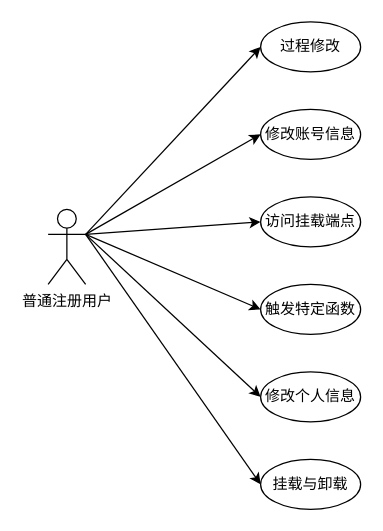
This is docs/essay/函数创建者用户用例图.drawio from phil616/rpic, a draw.io file, before an edit. Source tidied: cells renumbered, new cells numbered last; positions are measured from the earlier drawing's top-left corner, leaving out a move shared by most shapes. Both pictures are drawn from the tidied source at 125%, with x=0, y=0 at pixel (48, 21).
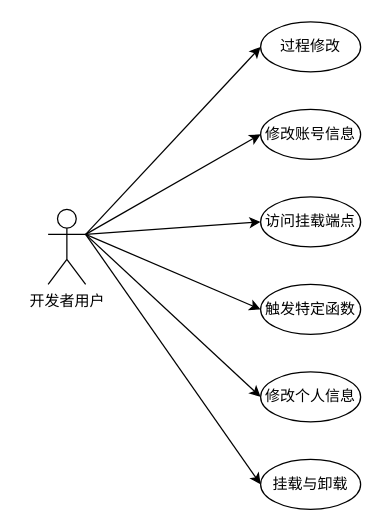
Above is the later version.

The edit, as a diff of the source:
```diff
@@
 <mxGraphModel>
   <root>
     <mxCell id="0" />
     <mxCell id="1" parent="0" />
     <mxCell id="2" style="rounded=0;jettySize=auto;html=1;exitX=1;exitY=0.3333333333333333;exitDx=0;exitDy=0;exitPerimeter=0;entryX=0;entryY=0.5;entryDx=0;entryDy=0;" parent="1" edge="1" source="8" target="9">
       <mxGeometry relative="1" as="geometry" />
     </mxCell>
     <mxCell id="3" style="edgeStyle=none;rounded=0;jettySize=auto;html=1;exitX=1;exitY=0.3333333333333333;exitDx=0;exitDy=0;exitPerimeter=0;entryX=0;entryY=0.5;entryDx=0;entryDy=0;" parent="1" edge="1" source="8" target="10">
       <mxGeometry relative="1" as="geometry" />
     </mxCell>
     <mxCell id="4" style="edgeStyle=none;rounded=0;jettySize=auto;html=1;exitX=1;exitY=0.3333333333333333;exitDx=0;exitDy=0;exitPerimeter=0;entryX=0;entryY=0.5;entryDx=0;entryDy=0;" parent="1" edge="1" source="8" target="11">
       <mxGeometry relative="1" as="geometry" />
     </mxCell>
     <mxCell id="5" style="edgeStyle=none;rounded=0;jettySize=auto;html=1;exitX=1;exitY=0.3333333333333333;exitDx=0;exitDy=0;exitPerimeter=0;entryX=0;entryY=0.5;entryDx=0;entryDy=0;" parent="1" edge="1" source="8" target="12">
       <mxGeometry relative="1" as="geometry" />
     </mxCell>
     <mxCell id="6" style="rounded=0;jettySize=auto;html=1;exitX=1;exitY=0.3333333333333333;exitDx=0;exitDy=0;exitPerimeter=0;entryX=0;entryY=0.5;entryDx=0;entryDy=0;" parent="1" edge="1" source="8" target="13">
       <mxGeometry relative="1" as="geometry" />
     </mxCell>
     <mxCell id="7" style="edgeStyle=none;rounded=0;jettySize=auto;html=1;exitX=1;exitY=0.3333333333333333;exitDx=0;exitDy=0;exitPerimeter=0;entryX=0;entryY=0.5;entryDx=0;entryDy=0;" parent="1" edge="1" source="8" target="14">
       <mxGeometry relative="1" as="geometry" />
     </mxCell>
-    <mxCell id="8" value="普通注册用户" style="shape=umlActor;verticalLabelPosition=bottom;verticalAlign=top;html=1;outlineConnect=0;" parent="1" vertex="1">
+    <mxCell id="8" value="开发者用户" style="shape=umlActor;verticalLabelPosition=bottom;verticalAlign=top;html=1;outlineConnect=0;" parent="1" vertex="1">
       <mxGeometry y="150" width="30" height="60" as="geometry" />
     </mxCell>
     <mxCell id="9" value="修改账号信息" style="ellipse;whiteSpace=wrap;html=1;" parent="1" vertex="1">
       <mxGeometry x="170" y="70" width="80" height="40" as="geometry" />
     </mxCell>
     <mxCell id="10" value="访问挂载端点" style="ellipse;whiteSpace=wrap;html=1;" parent="1" vertex="1">
       <mxGeometry x="170" y="140" width="80" height="40" as="geometry" />
     </mxCell>
     <mxCell id="11" value="触发特定函数" style="ellipse;whiteSpace=wrap;html=1;" parent="1" vertex="1">
       <mxGeometry x="170" y="210" width="80" height="40" as="geometry" />
     </mxCell>
     <mxCell id="12" value="修改个人信息" style="ellipse;whiteSpace=wrap;html=1;" parent="1" vertex="1">
       <mxGeometry x="170" y="280" width="80" height="40" as="geometry" />
     </mxCell>
     <mxCell id="13" value="过程修改" style="ellipse;whiteSpace=wrap;html=1;" parent="1" vertex="1">
       <mxGeometry x="170" width="80" height="40" as="geometry" />
     </mxCell>
     <mxCell id="14" value="挂载与卸载" style="ellipse;whiteSpace=wrap;html=1;" parent="1" vertex="1">
       <mxGeometry x="170" y="350" width="80" height="40" as="geometry" />
     </mxCell>
   </root>
 </mxGraphModel>
```
